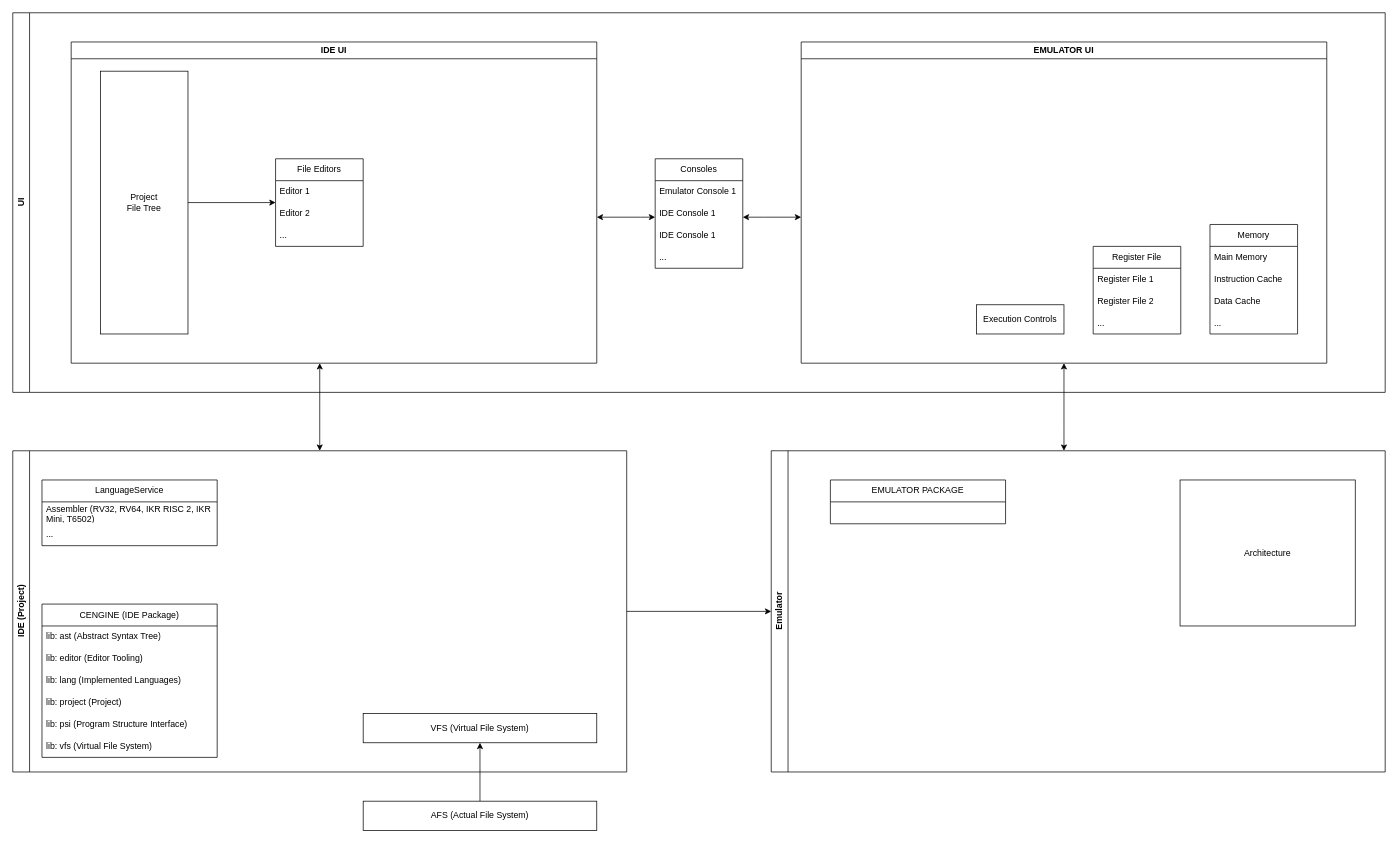
Before: docs/system.drawio in consansri/ProSimWeb-Test, a draw.io diagram. Source tidied: cells renumbered, new cells numbered last; positions are measured from the earlier drawing's top-left corner, leaving out a move shared by most shapes. Both pictures are drawn from the tidied source at 73%, with x=0, y=0 at pixel (12, 12).
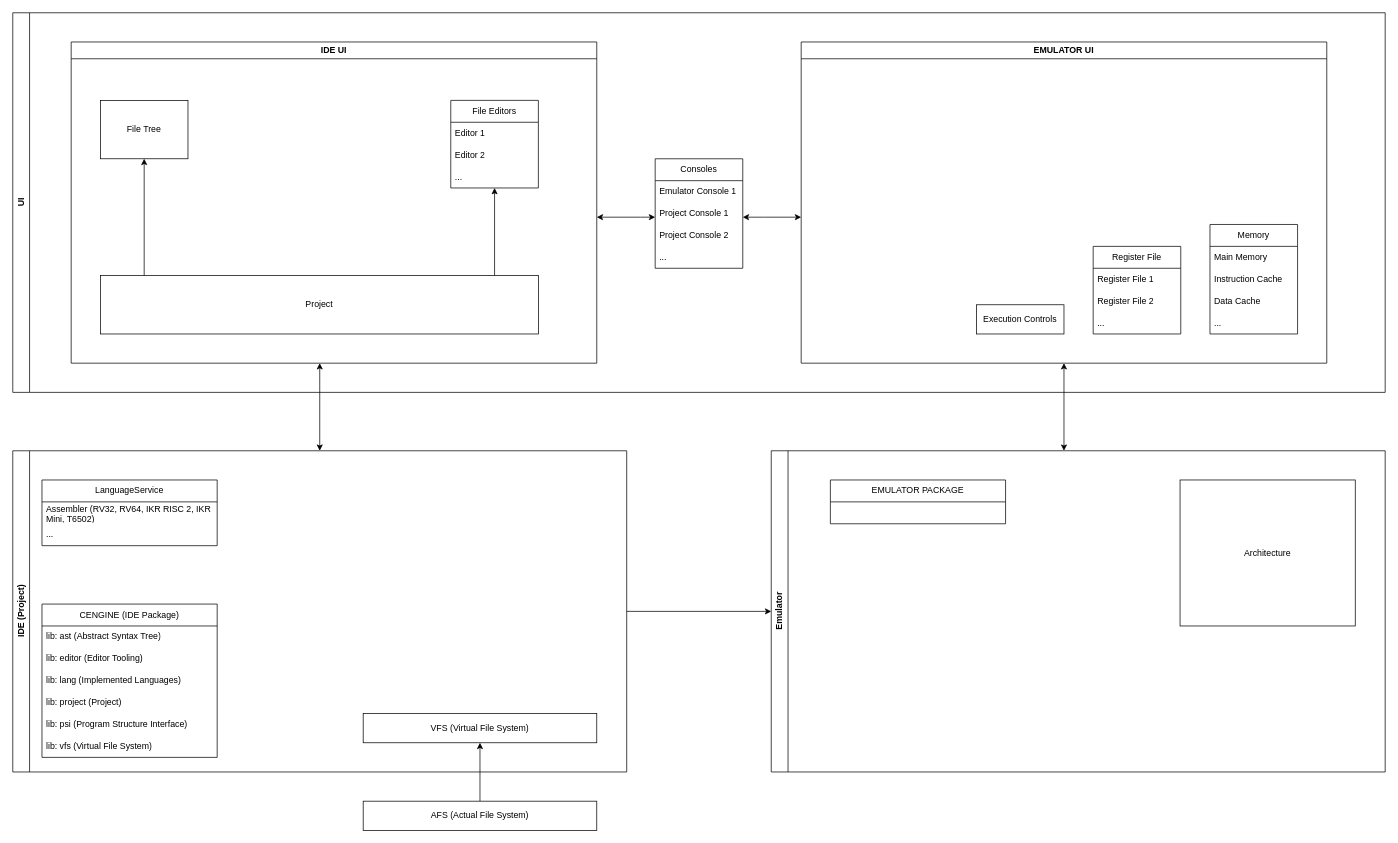
Above is the later version.

Unchanged cells that the change refers to:
```xml
<mxCell id="4" value="IDE UI" style="swimlane;whiteSpace=wrap;html=1;" parent="2" vertex="1">
  <mxGeometry x="80" y="40" width="720" height="440" as="geometry" />
</mxCell>
<mxCell id="11" value="Consoles" style="swimlane;fontStyle=0;horizontal=1;startSize=30;whiteSpace=wrap;html=1;" parent="2" vertex="1">
  <mxGeometry x="880" y="200" width="120" height="150" as="geometry" />
</mxCell>
```

Change to the diagram source:
```diff
@@
     <mxCell id="5" value="File Editors" style="swimlane;fontStyle=0;horizontal=1;startSize=30;whiteSpace=wrap;html=1;" parent="4" vertex="1">
-      <mxGeometry x="280" y="160" width="120" height="120" as="geometry" />
+      <mxGeometry x="520" y="80" width="120" height="120" as="geometry" />
     </mxCell>
@@
     <mxCell id="9" style="edgeStyle=orthogonalEdgeStyle;rounded=0;jettySize=auto;html=1;" parent="4" edge="1" source="10" target="5">
-      <mxGeometry relative="1" as="geometry" />
+      <mxGeometry relative="1" as="geometry">
+        <Array as="points">
+          <mxPoint x="580" y="300" />
+          <mxPoint x="580" y="300" />
+        </Array>
+      </mxGeometry>
     </mxCell>
+    <mxCell id="48" style="edgeStyle=orthogonalEdgeStyle;rounded=0;jettySize=auto;html=1;" parent="4" edge="1" source="10" target="49">
+      <mxGeometry relative="1" as="geometry">
+        <Array as="points">
+          <mxPoint x="100" y="300" />
+          <mxPoint x="100" y="300" />
+        </Array>
+      </mxGeometry>
+    </mxCell>
-    <mxCell id="10" value="&lt;div&gt;Project&lt;/div&gt;File Tree" style="rounded=0;whiteSpace=wrap;html=1;" parent="4" vertex="1">
-      <mxGeometry x="40" y="40" width="120" height="360" as="geometry" />
+    <mxCell id="10" value="&lt;div&gt;Project&lt;/div&gt;" style="rounded=0;whiteSpace=wrap;html=1;" parent="4" vertex="1">
+      <mxGeometry x="40" y="320" width="600" height="80" as="geometry" />
     </mxCell>
+    <mxCell id="49" value="File Tree" style="rounded=0;whiteSpace=wrap;html=1;" parent="4" vertex="1">
+      <mxGeometry x="40" y="80" width="120" height="80" as="geometry" />
+    </mxCell>
@@
-    <mxCell id="13" value="IDE Console 1" style="text;strokeColor=none;fillColor=none;align=left;verticalAlign=middle;spacingLeft=4;spacingRight=4;overflow=hidden;whiteSpace=wrap;html=1;" parent="11" vertex="1">
+    <mxCell id="13" value="Project Console 1" style="text;strokeColor=none;fillColor=none;align=left;verticalAlign=middle;spacingLeft=4;spacingRight=4;overflow=hidden;whiteSpace=wrap;html=1;" parent="11" vertex="1">
       <mxGeometry y="60" width="120" height="30" as="geometry" />
     </mxCell>
-    <mxCell id="14" value="IDE Console 1" style="text;strokeColor=none;fillColor=none;align=left;verticalAlign=middle;spacingLeft=4;spacingRight=4;overflow=hidden;whiteSpace=wrap;html=1;" parent="11" vertex="1">
+    <mxCell id="14" value="Project Console 2" style="text;strokeColor=none;fillColor=none;align=left;verticalAlign=middle;spacingLeft=4;spacingRight=4;overflow=hidden;whiteSpace=wrap;html=1;" parent="11" vertex="1">
       <mxGeometry y="90" width="120" height="30" as="geometry" />
     </mxCell>
```
